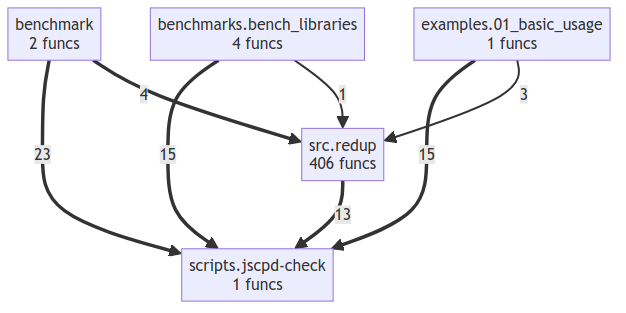
Before: project/compact_flow.png, a diagram exported from Mermaid (semcod/redup). Its source is kept beside it as project/compact_flow.mmd.
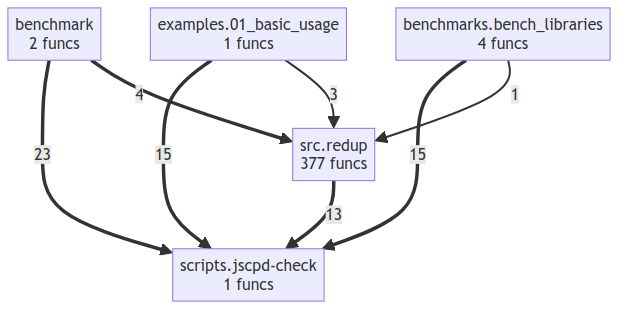
Later version of the same file.

Diff of the diagram source:
```diff
@@ -3,10 +3,10 @@
     benchmarks__bench_libraries["benchmarks.bench_libraries<br/>4 funcs"]
     examples__01_basic_usage["examples.01_basic_usage<br/>1 funcs"]
     scripts__jscpd_check["scripts.jscpd-check<br/>1 funcs"]
-    src__redup["src.redup<br/>406 funcs"]
+    src__redup["src.redup<br/>377 funcs"]
     benchmark ==>|23| scripts__jscpd_check
+    examples__01_basic_usage ==>|15| scripts__jscpd_check
     benchmarks__bench_libraries ==>|15| scripts__jscpd_check
-    examples__01_basic_usage ==>|15| scripts__jscpd_check
     src__redup ==>|13| scripts__jscpd_check
     benchmark ==>|4| src__redup
     examples__01_basic_usage -->|3| src__redup
```
